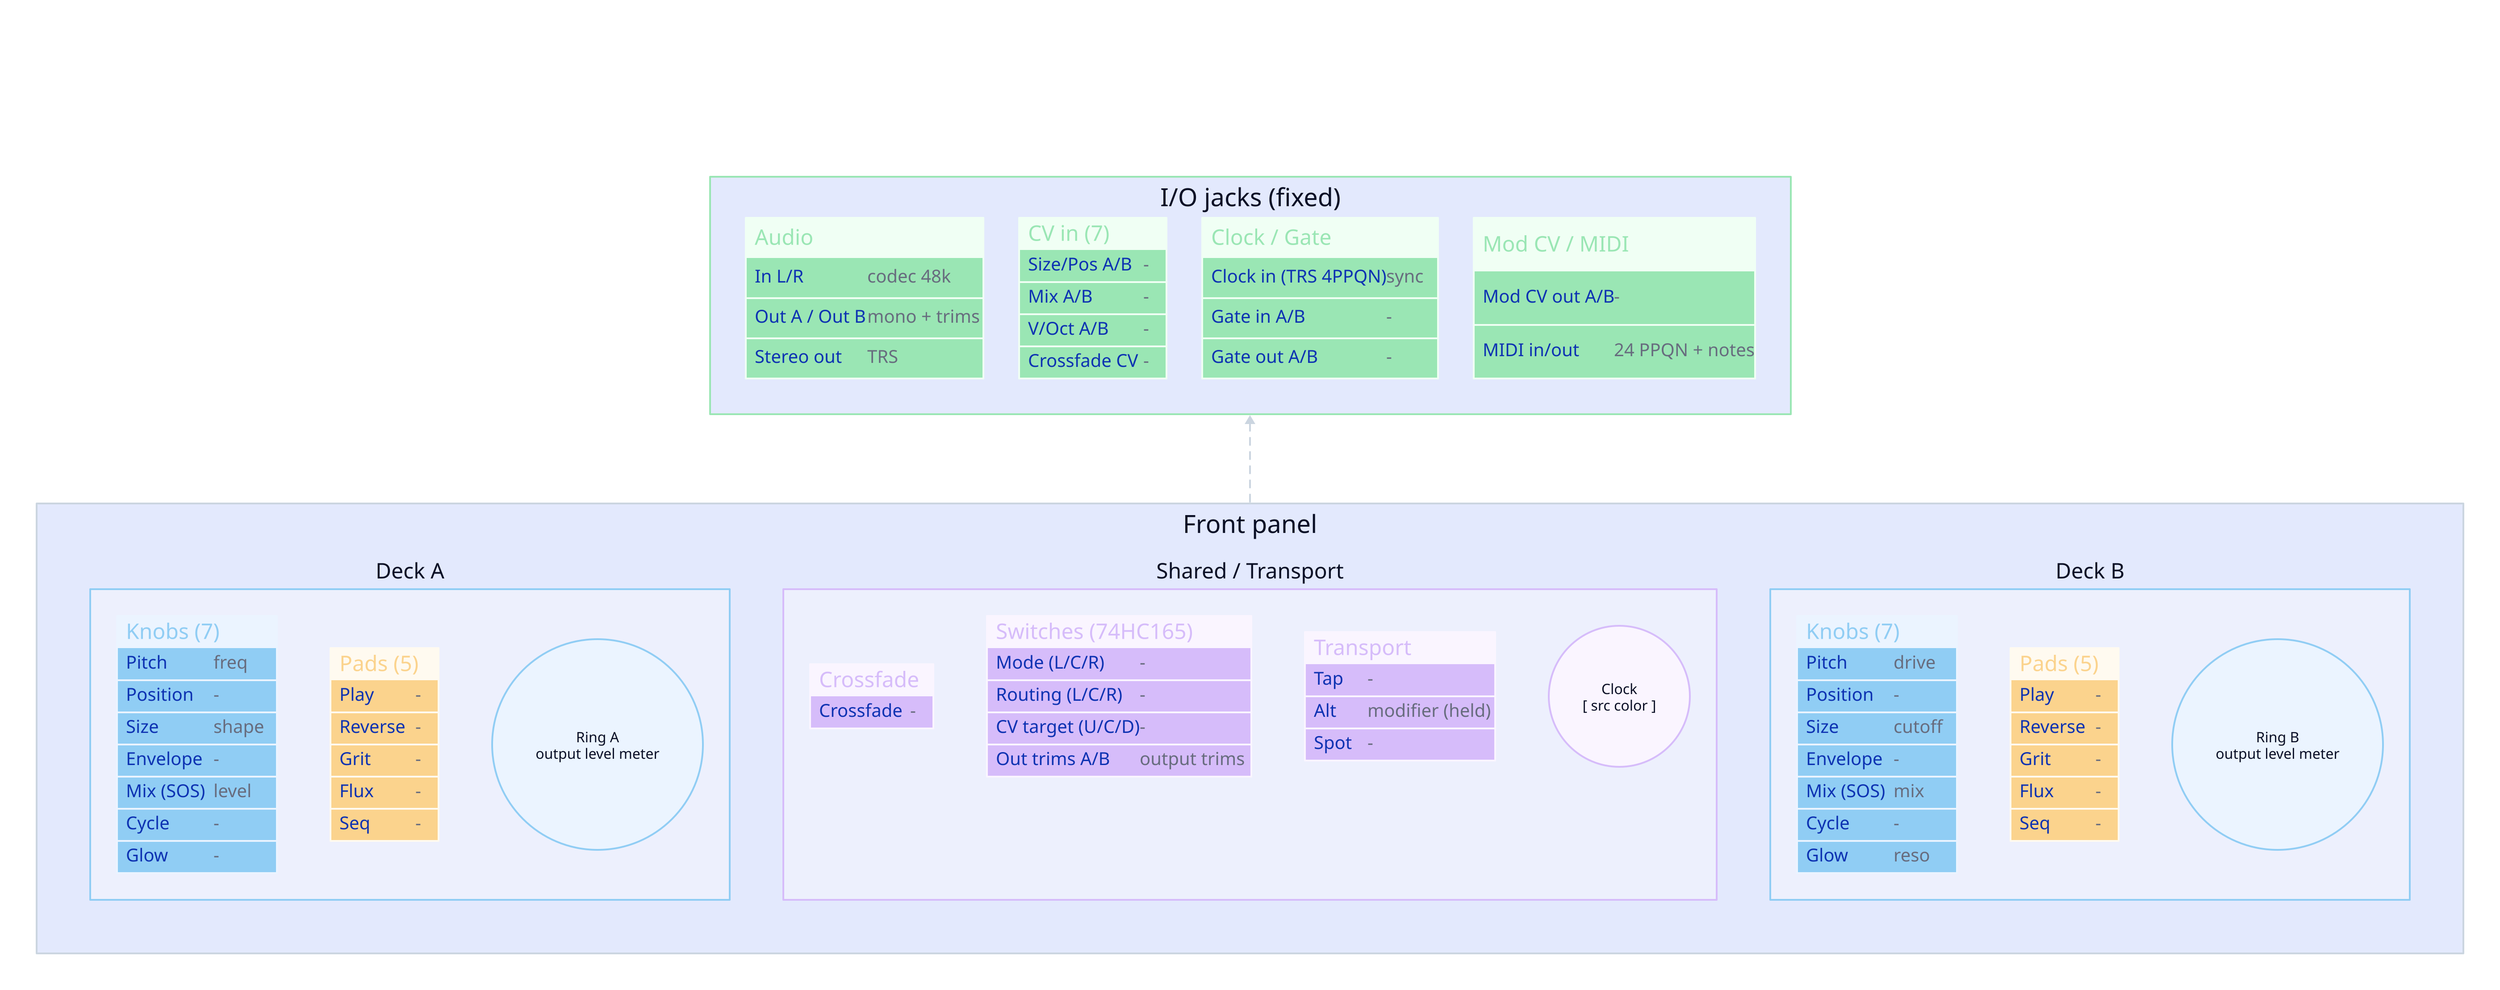
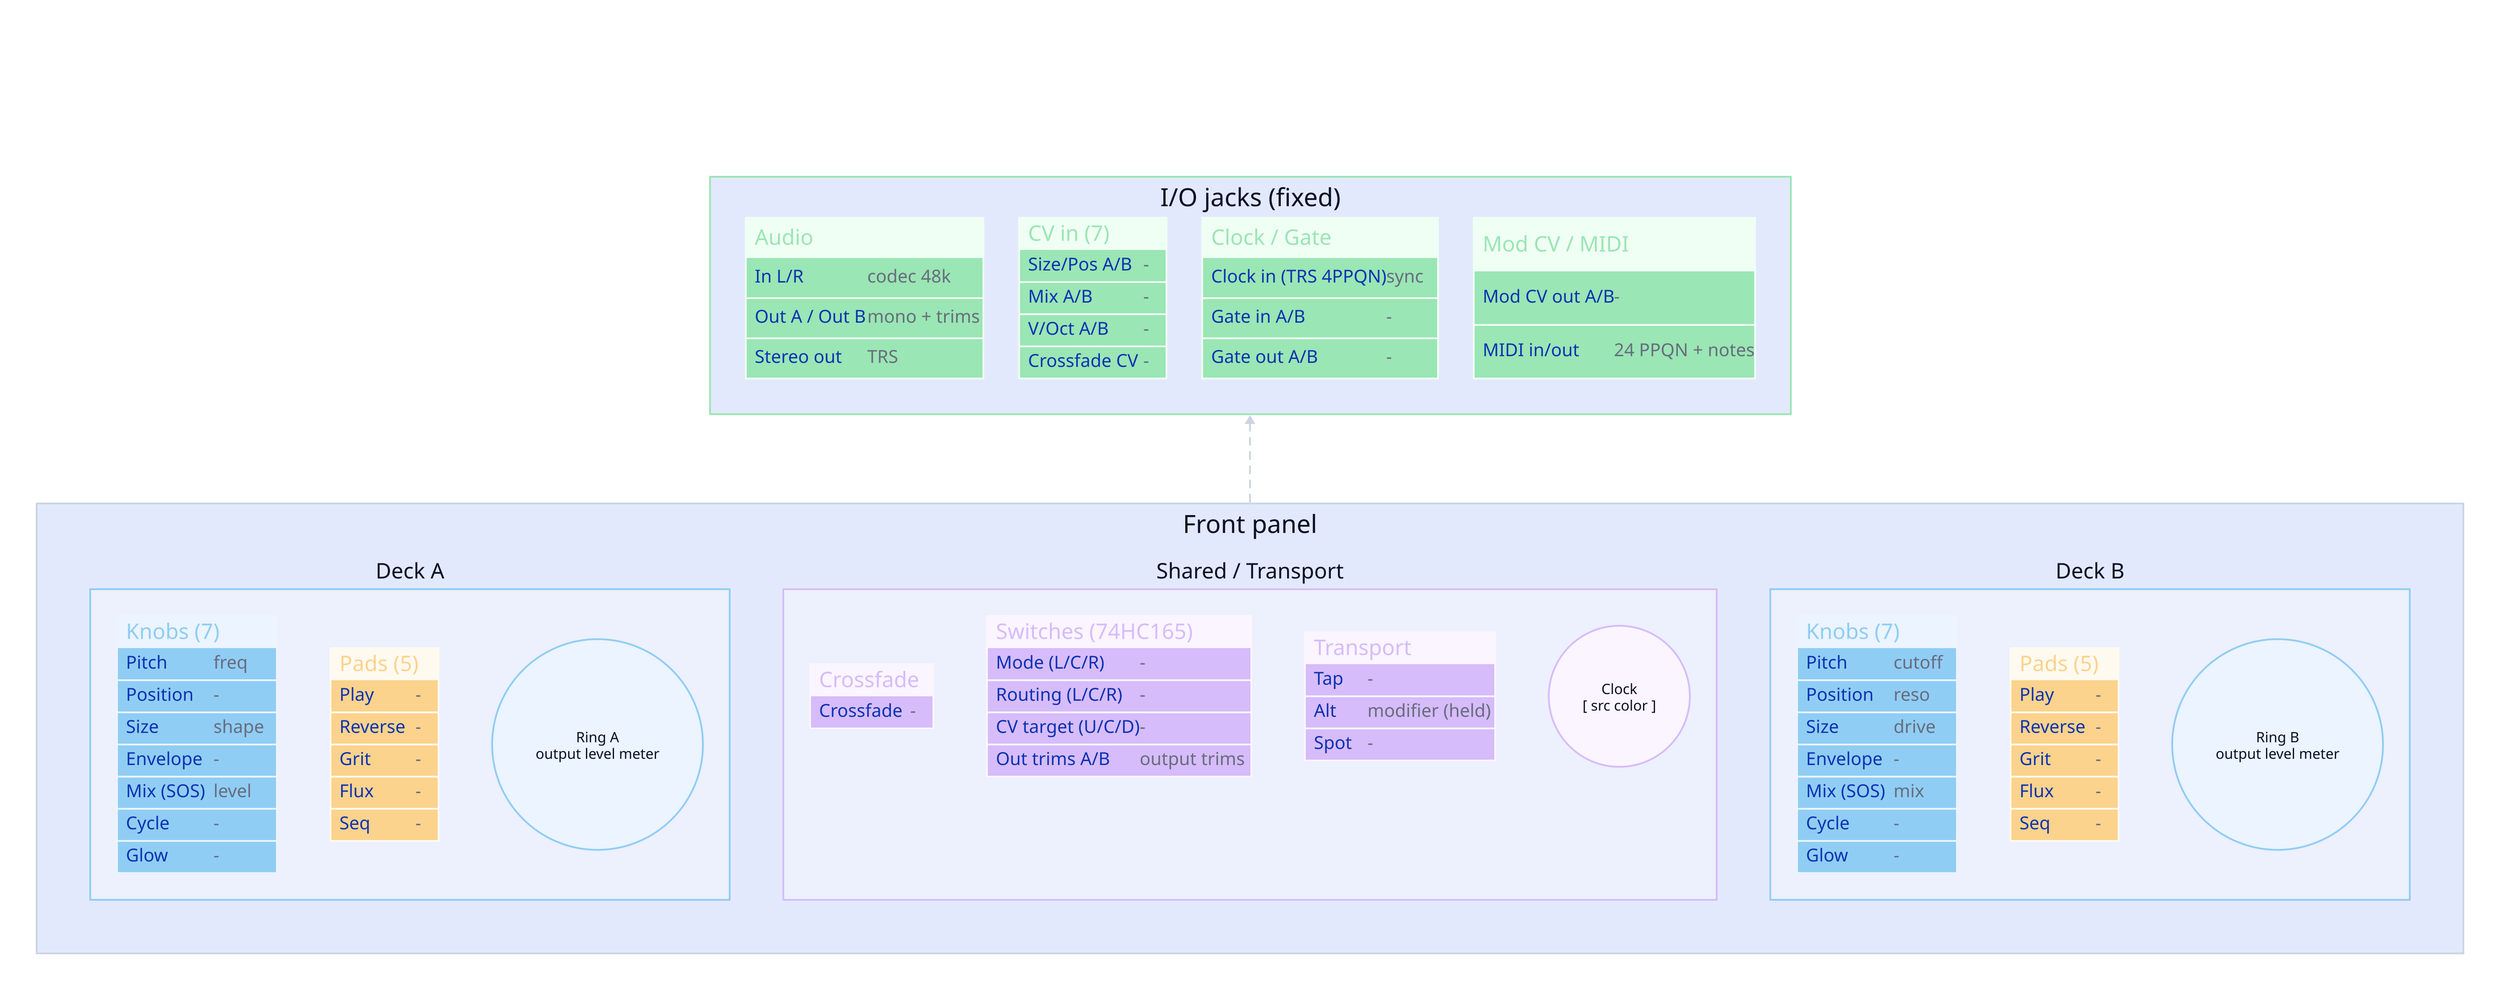
# GENERATED from controls-template.d2 by scripts/gen_controls_diagram.py.
# Edit the JSON spec (voice.json), not this file; then re-run / `make diagrams`.

direction: up

vars: {
  d2-config: {
    layout-engine: dagre
    pad: 40
  }
}

title: |md
  # Voice - drone oscillator (deck A) into a resonant filter (deck B)
  _series dual-deck: instrument -> FX_
| {
  near: top-center
  style.font-size: 26
}

classes: {
  knob:   { style: { fill: "#ebf4ff"; stroke: "#90cdf4"; stroke-width: 2 } }
  pad:    { style: { fill: "#fffaf0"; stroke: "#fbd38d"; stroke-width: 2 } }
  shared: { style: { fill: "#faf5ff"; stroke: "#d6bcfa"; stroke-width: 2 } }
  io:     { style: { fill: "#f0fff4"; stroke: "#9ae6b4"; stroke-width: 2 } }
}

panel: Front panel {
  grid-columns: 3
  grid-gap: 60
  style.stroke: "#cbd5e0"

  # ----------------------------------------------------------------- DECK A
  deckA: Deck A {
    style.stroke: "#90cdf4"

    knobsA: Knobs (7) {
      class: knob
      shape: sql_table
      Pitch: "freq"
      Position: "-"
      Size: "shape"
      Envelope: "-"
      "Mix (SOS)": "level"
      Cycle: "-"
      Glow: "-"
    }

    padsA: Pads (5) {
      class: pad
      shape: sql_table
      Play: "-"
      Reverse: "-"
      Grit: "-"
      Flux: "-"
      Seq: "-"
    }

    ringA: "LED Ring A (32px)" {
      class: knob
      shape: circle
      label: "Ring A\noutput level meter"
    }
  }

  # --------------------------------------------------------------- SHARED
  center: Shared / Transport {
    style.stroke: "#d6bcfa"

    xfade: Crossfade {
      class: shared
      shape: sql_table
      Crossfade: "-"
    }

    switches: Switches (74HC165) {
      class: shared
      shape: sql_table
      "Mode (L/C/R)": "-"
      "Routing (L/C/R)": "-"
      "CV target (U/C/D)": "-"
      "Out trims A/B": "output trims"
    }

    transport: Transport {
      class: shared
      shape: sql_table
      Tap: "-"
      Alt:  "modifier (held)"
      Spot: "-"
    }

    clockled: "Clock LED" {
      class: shared
      shape: circle
      label: "Clock\n[ src color ]"
    }
  }

  # ----------------------------------------------------------------- DECK B
  deckB: Deck B {
    style.stroke: "#90cdf4"

    knobsB: Knobs (7) {
      class: knob
      shape: sql_table
-       Pitch: "drive"
-       Position: "-"
-       Size: "cutoff"
+       Pitch: "cutoff"
+       Position: "reso"
+       Size: "drive"
      Envelope: "-"
      "Mix (SOS)": "mix"
      Cycle: "-"
-       Glow: "reso"
+       Glow: "-"
    }

    padsB: Pads (5) {
      class: pad
      shape: sql_table
      Play: "-"
      Reverse: "-"
      Grit: "-"
      Flux: "-"
      Seq: "-"
    }

    ringB: "LED Ring B (32px)" {
      class: knob
      shape: circle
      label: "Ring B\noutput level meter"
    }
  }
}

# ---------------------------------------------------------------------- I/O
io: I/O jacks (fixed) {
  grid-columns: 4
  grid-gap: 40
  style.stroke: "#9ae6b4"

  audio: Audio {
    class: io
    shape: sql_table
    "In L/R":        "codec 48k"
    "Out A / Out B": "mono + trims"
    "Stereo out":    "TRS"
  }

  cv: CV in (7) {
    class: io
    shape: sql_table
    "Size/Pos A/B": "-"
    "Mix A/B": "-"
    "V/Oct A/B": "-"
    "Crossfade CV": "-"
  }

  gates: Clock / Gate {
    class: io
    shape: sql_table
    "Clock in (TRS 4PPQN)": "sync"
    "Gate in A/B": "-"
    "Gate out A/B": "-"
  }

  modmidi: Mod CV / MIDI {
    class: io
    shape: sql_table
    "Mod CV out A/B": "-"
    "MIDI in/out":    "24 PPQN + notes"
  }
}

panel -> io: {
  style: { stroke: "#cbd5e0"; stroke-dash: 4 }
}
